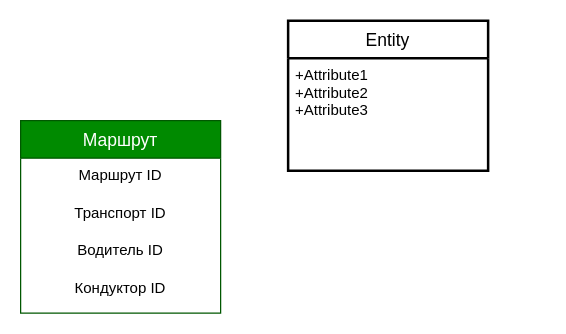
Before: Seminars/HomeWork/Database/Seminar_1/HWTask_3/Transpor.drawio in SabadashSS/GB_VSC_Working, a draw.io diagram. Source tidied: cells renumbered, new cells numbered last; positions are measured from the earlier drawing's top-left corner, leaving out a move shared by most shapes. Both pictures are drawn from the tidied source at 125%, with x=0, y=0 at pixel (20, 20).
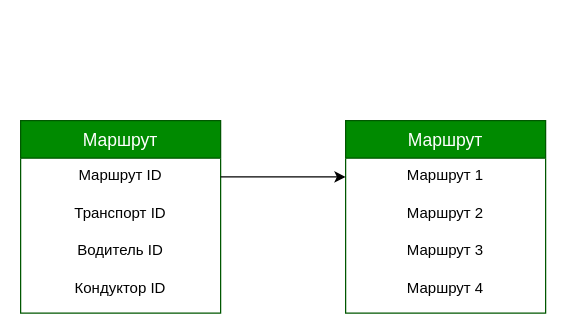
After the change.

Change to the diagram source:
```diff
@@
 <mxGraphModel>
   <root>
     <mxCell id="0" />
     <mxCell id="1" parent="0" />
     <mxCell id="2" value="Маршрут" style="swimlane;fontStyle=0;horizontal=1;startSize=30;align=center;fontSize=14;fillColor=#008a00;fontColor=#ffffff;strokeColor=#005700;" parent="1" vertex="1">
       <mxGeometry y="80" width="160" height="154" as="geometry" />
     </mxCell>
     <mxCell id="3" value="Маршрут ID" style="text;spacingLeft=4;spacingRight=4;overflow=hidden;points=[[0,0.5],[1,0.5]];portConstraint=eastwest;fontSize=12;align=center;fillColor=none;rounded=0;dashed=1;" parent="2" vertex="1">
       <mxGeometry y="30" width="160" height="30" as="geometry" />
     </mxCell>
     <mxCell id="4" value="Транспорт ID" style="text;strokeColor=none;fillColor=none;spacingLeft=4;spacingRight=4;overflow=hidden;fontSize=12;align=center;" parent="2" vertex="1">
       <mxGeometry y="60" width="160" height="30" as="geometry" />
     </mxCell>
     <mxCell id="5" value="Водитель ID" style="text;strokeColor=none;fillColor=none;spacingLeft=4;spacingRight=4;overflow=hidden;fontSize=12;align=center;" parent="2" vertex="1">
       <mxGeometry y="90" width="160" height="30" as="geometry" />
     </mxCell>
     <mxCell id="6" value="Кондуктор ID" style="text;strokeColor=none;fillColor=none;spacingLeft=4;spacingRight=4;overflow=hidden;fontSize=12;align=center;" parent="2" vertex="1">
       <mxGeometry y="120" width="160" height="34" as="geometry" />
     </mxCell>
-    <mxCell id="7" value="Entity" style="swimlane;horizontal=1;startSize=30;rounded=1;fontSize=14;fontStyle=0;strokeWidth=2;shadow=0;dashed=0;align=center;arcSize=0;" parent="1" vertex="1">
-      <mxGeometry x="214" width="160" height="120" as="geometry" />
-    </mxCell>
-    <mxCell id="8" value="+Attribute1&#10;+Attribute2&#10;+Attribute3" style="align=left;strokeColor=none;fillColor=none;spacingLeft=4;fontSize=12;verticalAlign=top;rounded=0;dashed=1;" parent="7" vertex="1">
-      <mxGeometry y="30" width="160" height="90" as="geometry" />
+    <mxCell id="8" value="Маршрут" style="swimlane;fontStyle=0;horizontal=1;startSize=30;align=center;fontSize=14;fillColor=#008a00;fontColor=#ffffff;strokeColor=#005700;" parent="1" vertex="1">
+      <mxGeometry x="260" y="80" width="160" height="154" as="geometry" />
     </mxCell>
+    <mxCell id="9" value="Маршрут 1" style="text;spacingLeft=4;spacingRight=4;overflow=hidden;points=[[0,0.5],[1,0.5]];portConstraint=eastwest;fontSize=12;align=center;fillColor=none;rounded=0;dashed=1;" parent="8" vertex="1">
+      <mxGeometry y="30" width="160" height="30" as="geometry" />
+    </mxCell>
+    <mxCell id="10" value="Маршрут 2&#10;" style="text;strokeColor=none;fillColor=none;spacingLeft=4;spacingRight=4;overflow=hidden;fontSize=12;align=center;" parent="8" vertex="1">
+      <mxGeometry y="60" width="160" height="30" as="geometry" />
+    </mxCell>
+    <mxCell id="11" value="Маршрут 3" style="text;strokeColor=none;fillColor=none;spacingLeft=4;spacingRight=4;overflow=hidden;fontSize=12;align=center;" parent="8" vertex="1">
+      <mxGeometry y="90" width="160" height="30" as="geometry" />
+    </mxCell>
+    <mxCell id="12" value="Маршрут 4" style="text;strokeColor=none;fillColor=none;spacingLeft=4;spacingRight=4;overflow=hidden;fontSize=12;align=center;" parent="8" vertex="1">
+      <mxGeometry y="120" width="160" height="34" as="geometry" />
+    </mxCell>
+    <mxCell id="13" style="edgeStyle=none;html=1;exitX=1;exitY=0.5;exitDx=0;exitDy=0;" parent="1" edge="1" source="3" target="9">
+      <mxGeometry relative="1" as="geometry" />
+    </mxCell>
   </root>
 </mxGraphModel>
```
